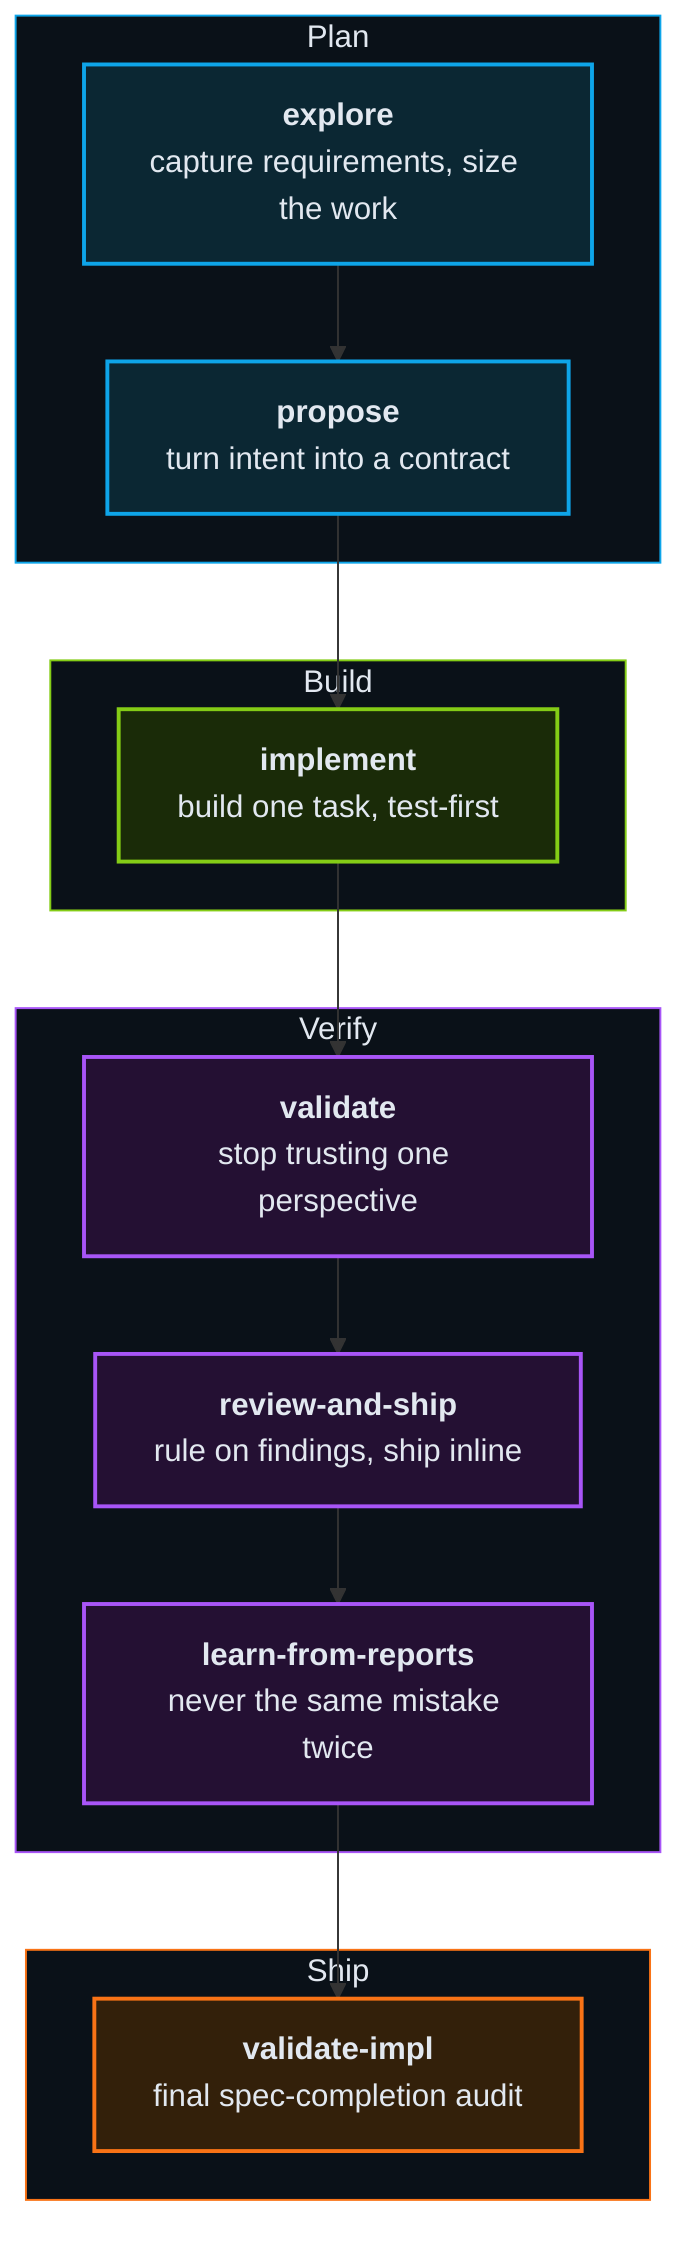
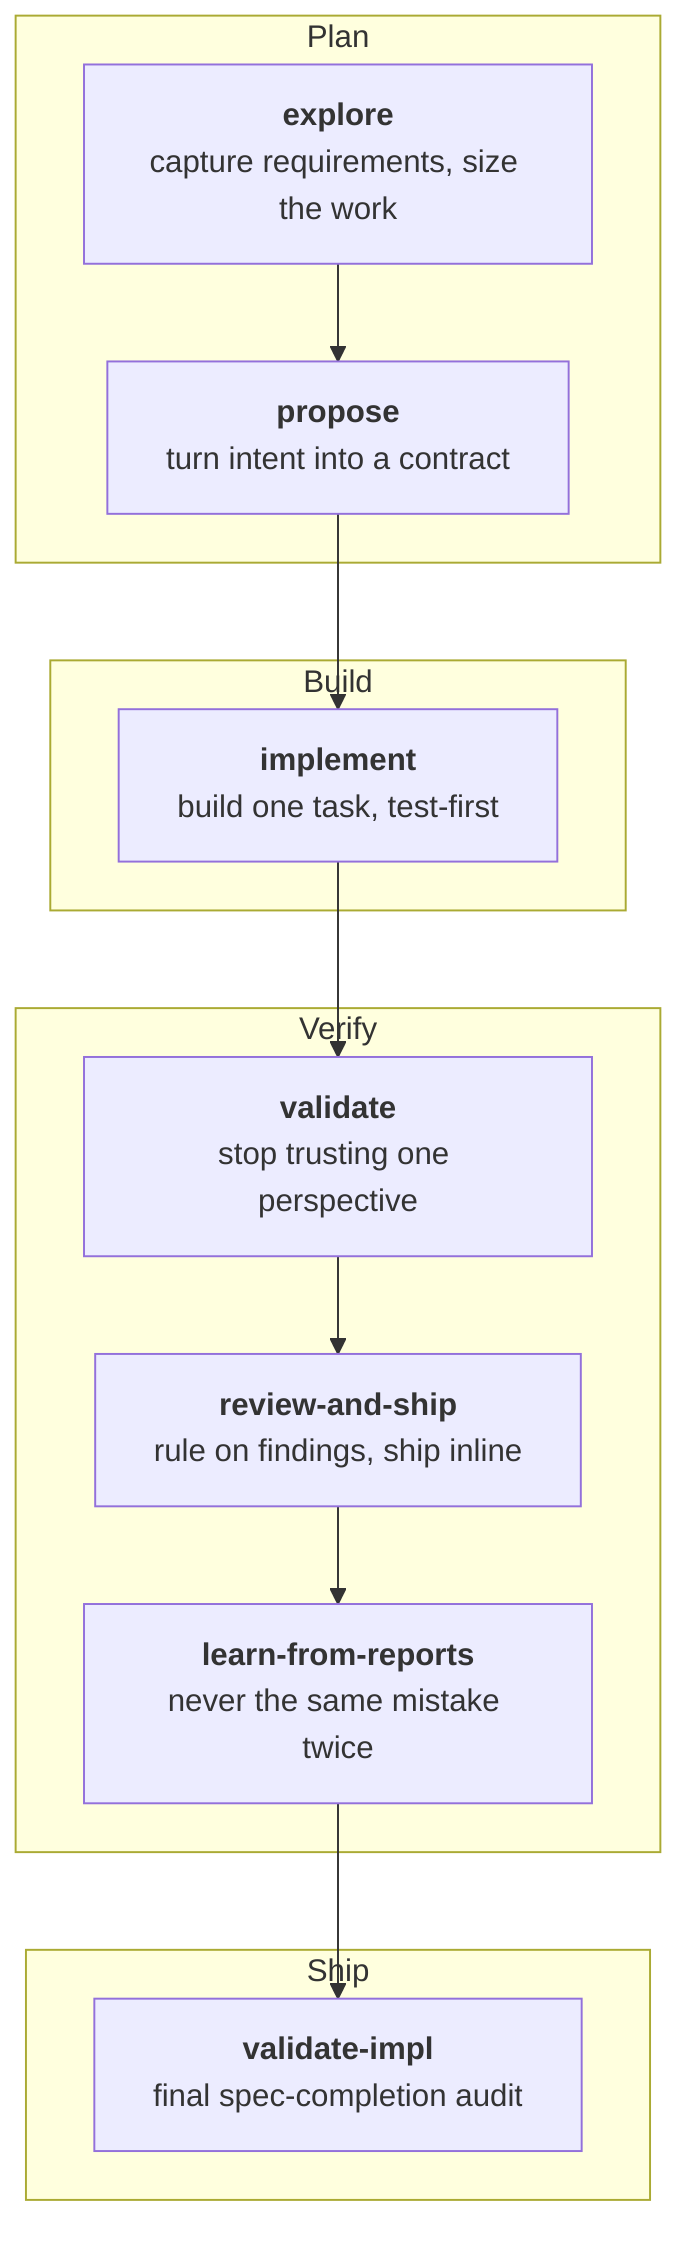
flowchart TB
  subgraph s_plan["Plan"]
    explore["<b>explore</b><br/>capture requirements, size the work"]
    propose["<b>propose</b><br/>turn intent into a contract"]
  end
  subgraph s_build["Build"]
    implement["<b>implement</b><br/>build one task, test-first"]
  end
  subgraph s_verify["Verify"]
    validate["<b>validate</b><br/>stop trusting one perspective"]
    review["<b>review-and-ship</b><br/>rule on findings, ship inline"]
    learn["<b>learn-from-reports</b><br/>never the same mistake twice"]
  end
  subgraph s_ship["Ship"]
    audit["<b>validate-impl</b><br/>final spec-completion audit"]
  end
  explore --> propose --> implement --> validate --> review --> learn --> audit

-   classDef planNode   fill:#0b2733,stroke:#0ea5e9,stroke-width:2px,color:#e2e8f0;
-   classDef buildNode  fill:#1a2b08,stroke:#84cc16,stroke-width:2px,color:#e2e8f0;
-   classDef verifyNode fill:#241033,stroke:#a855f7,stroke-width:2px,color:#e2e8f0;
-   classDef shipNode   fill:#33200a,stroke:#f97316,stroke-width:2px,color:#e2e8f0;
-   class explore,propose planNode;
-   class implement buildNode;
-   class validate,review,learn verifyNode;
-   class audit shipNode;
- 
-   style s_plan   fill:#0a1118,stroke:#0ea5e9,stroke-width:1px,color:#e2e8f0;
-   style s_build  fill:#0a1118,stroke:#84cc16,stroke-width:1px,color:#e2e8f0;
-   style s_verify fill:#0a1118,stroke:#a855f7,stroke-width:1px,color:#e2e8f0;
-   style s_ship   fill:#0a1118,stroke:#f97316,stroke-width:1px,color:#e2e8f0;
+   %% Roles only. Colours are resolved per theme (light + dark) by
+   %% scripts/prerender-mermaid.ts — the diagram presentation seam. Do not add
+   %% classDef/style colour literals here; a role with no palette entry throws.
+   class explore,propose plan
+   class implement build
+   class validate,review,learn verify
+   class audit ship
